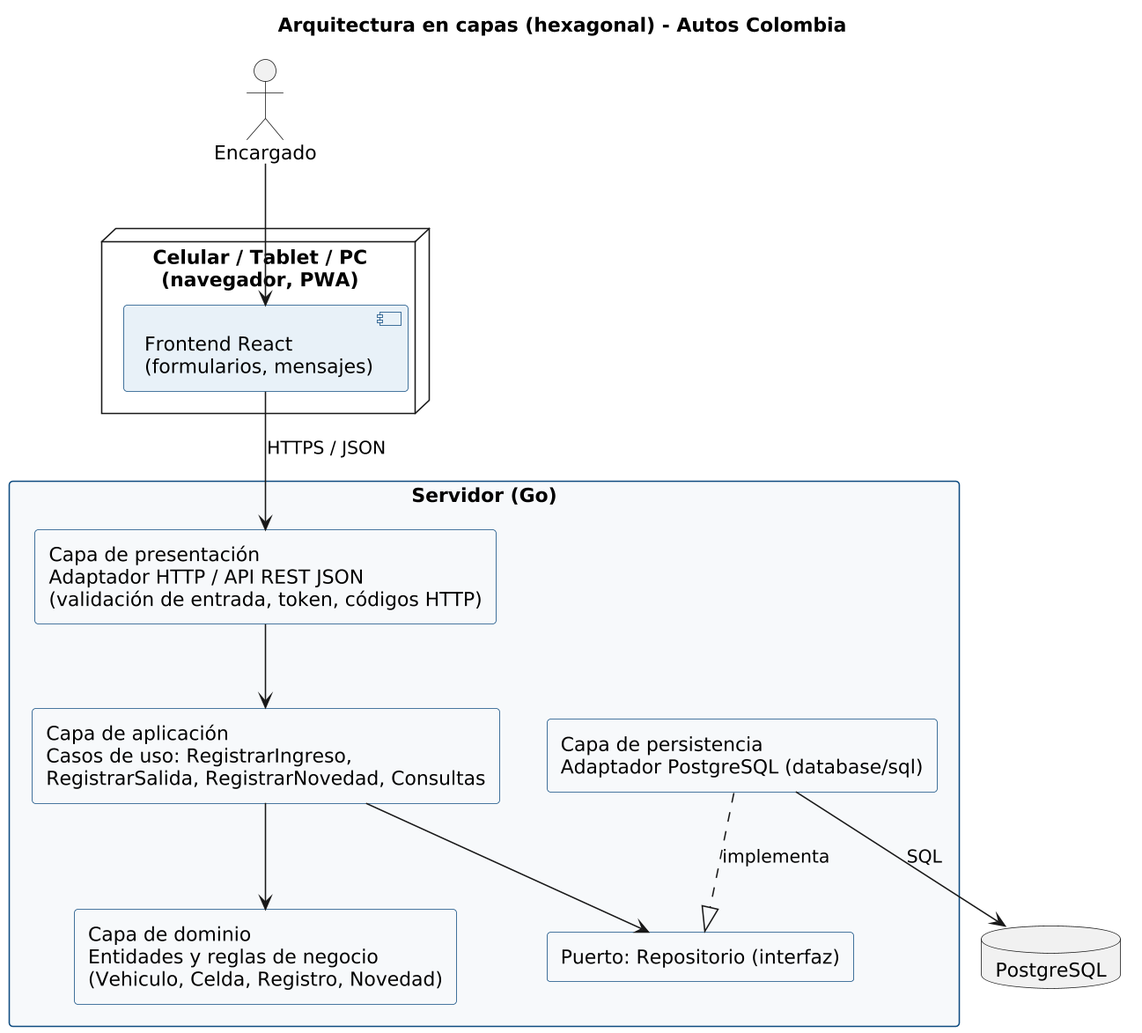
davide1828/Autos-Colombia keeps this PlantUML diagram as docs/diagramas/arquitectura.png. Above is the earlier version.
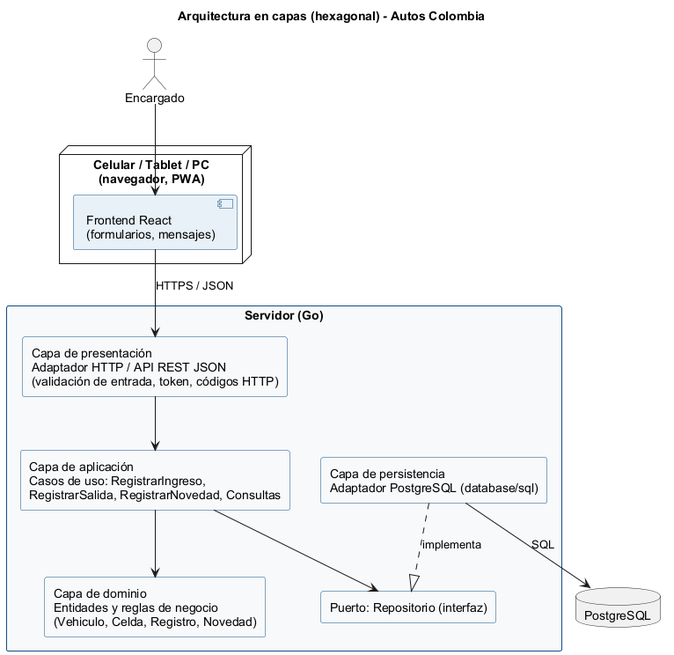
After the change.

Change to the diagram source:
```diff
@@ -1,5 +1,5 @@
 @startuml arquitectura
-skinparamlocked dpi 150
+skinparamlocked shadowing false
 skinparam shadowing false
 skinparam defaultFontName Arial
 skinparam componentBackgroundColor #E8F1F8
```
